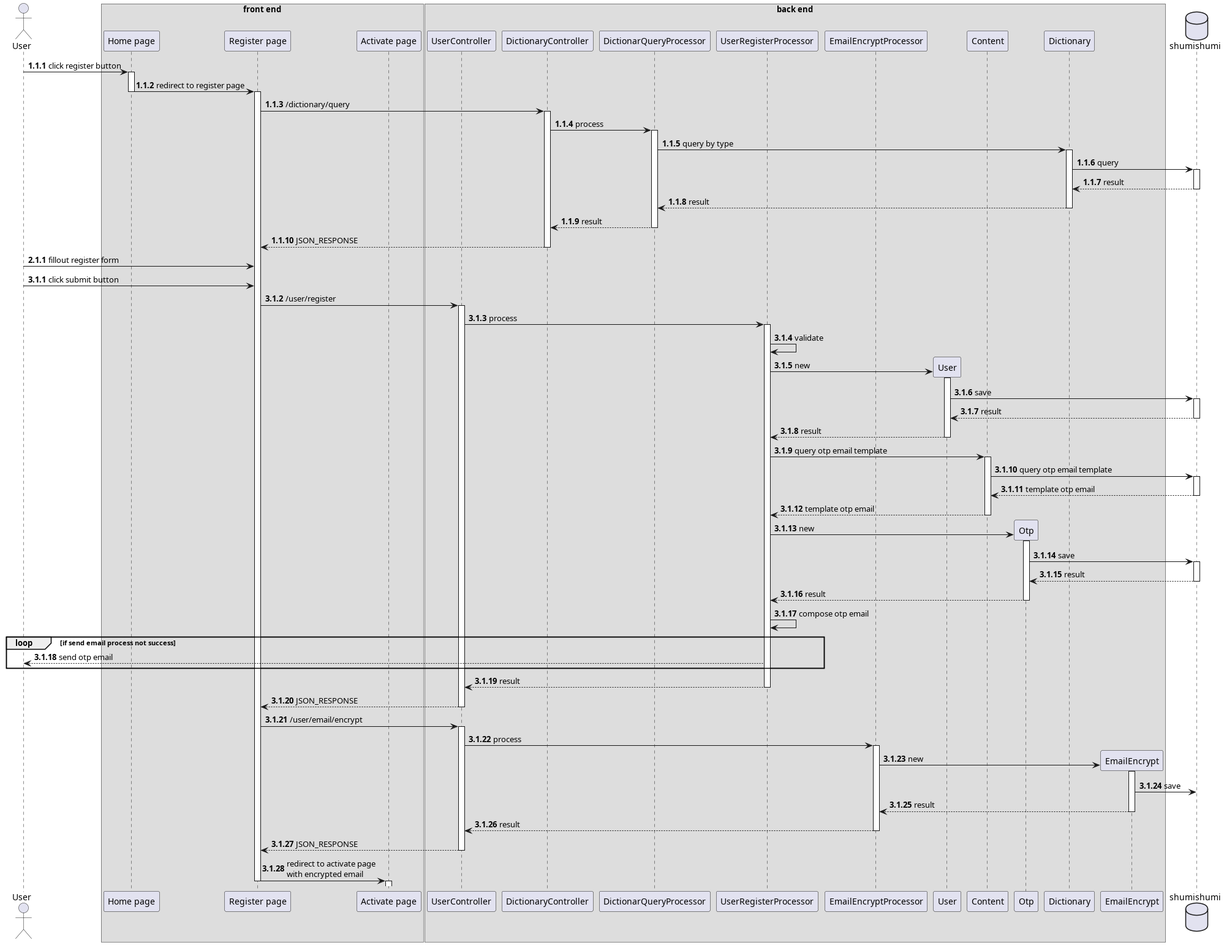
The PlantUML diagram thesis/latex/diagram/sequence diagram/1. register/register.png in aldihsuhandi/skripsi-2023, before a commit.
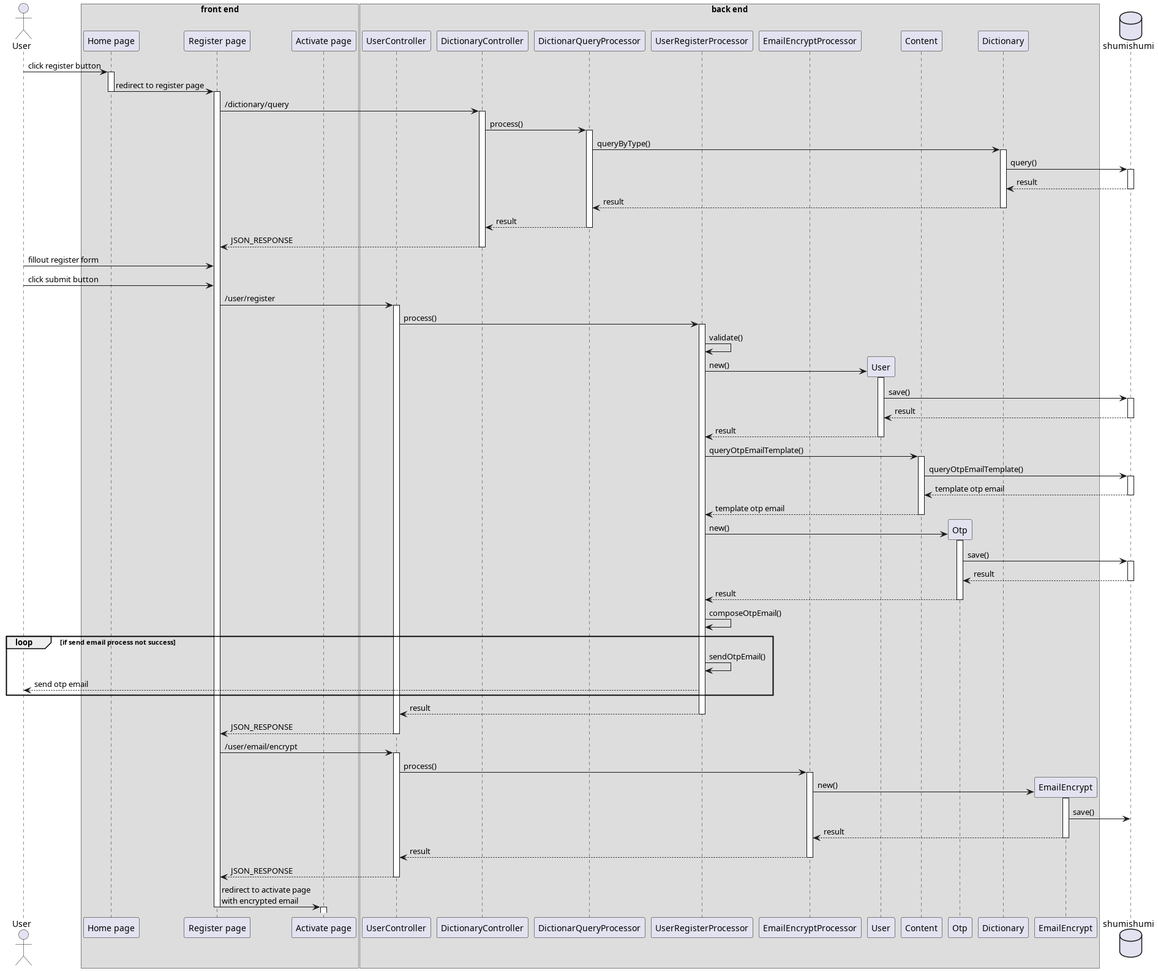
The same diagram one commit later.

The edit, as a diff of the source:
```diff
@@ -1,6 +1,5 @@
 @startuml register
 
-autonumber  1.1.1
 
 actor User as u
 
@@ -34,44 +33,42 @@
 home -> register--++ : redirect to register page
 
 register -> dicc++ : /dictionary/query
-dicc -> dicproc++ : process
-dicproc -> dm++ : query by type
-dm -> db++ : query
+dicc -> dicproc++ : process()
+dicproc -> dm++ : queryByType()
+dm -> db++ : query()
 return result
 return result
 return result
 
 return JSON_RESPONSE
 
-autonumber inc a
 u -> register : fillout register form
-autonumber inc a
 u -> register : click submit button
 
 register -> userc++ : /user/register
-userc -> processor++ : process
-processor -> processor : validate
+userc -> processor++ : process()
+processor -> processor : validate()
 create um
-processor -> um++ : new
-um -> db++ : save
+processor -> um++ : new()
+um -> db++ : save()
 return result
 return result
 
-processor -> cm++ : query otp email template
-cm -> db++ : query otp email template
+processor -> cm++ : queryOtpEmailTemplate()
+cm -> db++ : queryOtpEmailTemplate()
 return template otp email
 return template otp email
 
 create om
-processor -> om++ : new
-om -> db++ : save
+processor -> om++ : new()
+om -> db++ : save()
 return result
 return result
 
-processor -> processor : compose otp email
-
+processor -> processor : composeOtpEmail()
 
 loop if send email process not success
+processor -> processor : sendOtpEmail()
 processor --> u : send otp email
 end
 
@@ -79,11 +76,11 @@
 return JSON_RESPONSE
 
 register -> userc++ : /user/email/encrypt
-userc -> emailencrypt++ : process
+userc -> emailencrypt++ : process()
 
 create eem
-emailencrypt -> eem++ : new
-eem -> db : save
+emailencrypt -> eem++ : new()
+eem -> db : save()
 return result
 return result
 
```
